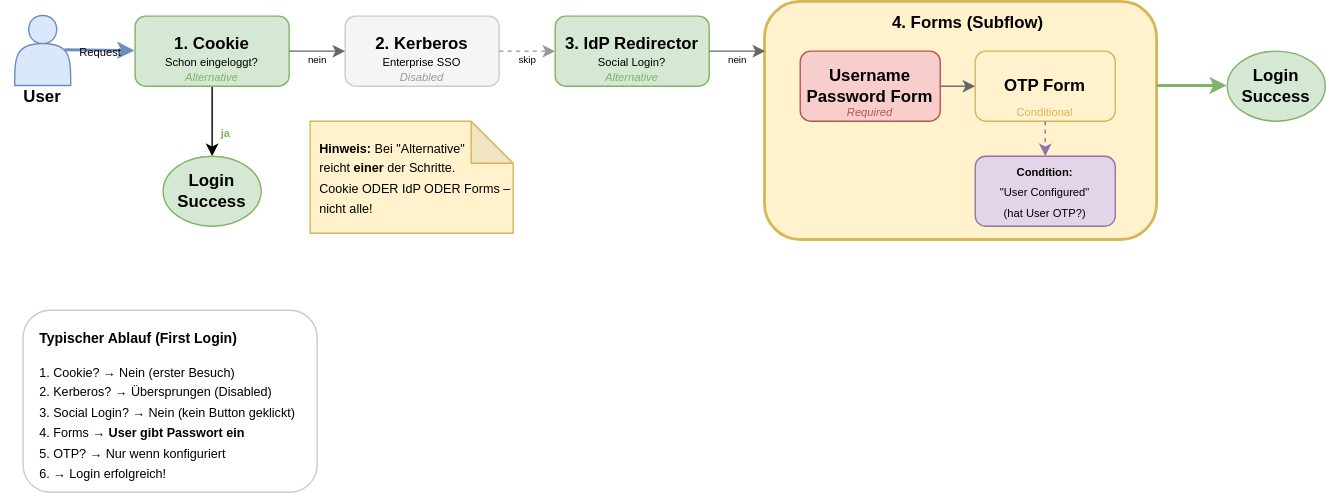
This is slides/05-authentifizierung-mfa/images/browser_flow.drawio.svg from it-erben/training-keycloak, a draw.io export, as it was before one commit. Source tidied: cells renumbered, new cells last; positions are measured from the earlier drawing's top-left corner, leaving out a move shared by most shapes. Source of this version:
```xml
<mxGraphModel>
  <root>
    <mxCell id="0" />
    <mxCell id="1" parent="0" />
    <mxCell id="2" style="shape=actor;whiteSpace=wrap;html=1;fillColor=#dae8fc;strokeColor=#6c8ebf;" parent="1" vertex="1">
      <mxGeometry x="10" y="9.5" width="40" height="50" as="geometry" />
    </mxCell>
    <mxCell id="3" value="&lt;b&gt;User&lt;/b&gt;" style="text;html=1;strokeColor=none;fillColor=none;align=center;verticalAlign=middle;whiteSpace=wrap;rounded=0;" parent="1" vertex="1">
      <mxGeometry y="57.5" width="60" height="20" as="geometry" />
    </mxCell>
    <mxCell id="4" style="edgeStyle=orthogonalEdgeStyle;rounded=0;jettySize=auto;html=1;entryX=0.5;entryY=0;entryDx=0;entryDy=0;" parent="1" edge="1" source="5" target="30">
      <mxGeometry relative="1" as="geometry" />
    </mxCell>
    <mxCell id="5" value="&lt;div style=&quot;line-height: 100%;&quot;&gt;&lt;b&gt;1. Cookie&lt;/b&gt;&lt;br&gt;&lt;font style=&quot;font-size: 8px; line-height: 100%;&quot;&gt;Schon eingeloggt?&lt;/font&gt;&lt;/div&gt;" style="rounded=1;whiteSpace=wrap;html=1;fillColor=#d5e8d4;strokeColor=#82b366;" parent="1" vertex="1">
      <mxGeometry x="96" y="10" width="110" height="50" as="geometry" />
    </mxCell>
    <mxCell id="6" value="&lt;font style=&quot;font-size: 8px;&quot; color=&quot;#82b366&quot;&gt;&lt;i&gt;Alternative&lt;/i&gt;&lt;/font&gt;" style="text;html=1;strokeColor=none;fillColor=none;align=center;verticalAlign=middle;whiteSpace=wrap;rounded=0;" parent="1" vertex="1">
      <mxGeometry x="111" y="45" width="80" height="15" as="geometry" />
    </mxCell>
    <mxCell id="7" value="&lt;font style=&quot;font-size:8px&quot;&gt;Request&lt;/font&gt;" style="endArrow=classic;html=1;strokeWidth=2;strokeColor=#6c8ebf;exitX=0.9;exitY=0.5;exitDx=0;exitDy=0;exitPerimeter=0;labelBackgroundColor=none;" parent="1" edge="1" source="2">
      <mxGeometry relative="1" as="geometry">
        <mxPoint x="96" y="35" as="targetPoint" />
      </mxGeometry>
    </mxCell>
    <mxCell id="8" value="&lt;div style=&quot;line-height: 100%;&quot;&gt;&lt;b&gt;2. Kerberos&lt;/b&gt;&lt;br&gt;&lt;font style=&quot;font-size: 8px; line-height: 100%;&quot;&gt;Enterprise SSO&lt;/font&gt;&lt;/div&gt;" style="rounded=1;whiteSpace=wrap;html=1;fillColor=#f5f5f5;strokeColor=#CCCCCC;strokeDashArray=3 3;" parent="1" vertex="1">
      <mxGeometry x="246" y="10" width="110" height="50" as="geometry" />
    </mxCell>
    <mxCell id="9" value="&lt;font style=&quot;font-size: 8px;&quot; color=&quot;#999999&quot;&gt;&lt;i&gt;Disabled&lt;/i&gt;&lt;/font&gt;" style="text;html=1;strokeColor=none;fillColor=none;align=center;verticalAlign=middle;whiteSpace=wrap;rounded=0;" parent="1" vertex="1">
      <mxGeometry x="261" y="45" width="80" height="15" as="geometry" />
    </mxCell>
    <mxCell id="10" value="&lt;div style=&quot;line-height: 100%;&quot;&gt;&lt;b&gt;3. IdP Redirector&lt;/b&gt;&lt;br&gt;&lt;font style=&quot;font-size: 8px; line-height: 100%;&quot;&gt;Social Login?&lt;/font&gt;&lt;/div&gt;" style="rounded=1;whiteSpace=wrap;html=1;fillColor=#d5e8d4;strokeColor=#82b366;" parent="1" vertex="1">
      <mxGeometry x="396" y="10" width="110" height="50" as="geometry" />
    </mxCell>
    <mxCell id="11" value="&lt;font style=&quot;font-size: 8px;&quot; color=&quot;#82b366&quot;&gt;&lt;i&gt;Alternative&lt;/i&gt;&lt;/font&gt;" style="text;html=1;strokeColor=none;fillColor=none;align=center;verticalAlign=middle;whiteSpace=wrap;rounded=0;" parent="1" vertex="1">
      <mxGeometry x="411" y="45" width="80" height="15" as="geometry" />
    </mxCell>
    <mxCell id="12" style="rounded=1;whiteSpace=wrap;html=1;fillColor=#fff2cc;strokeColor=#d6b656;strokeWidth=2;" parent="1" vertex="1">
      <mxGeometry x="546" width="280" height="170" as="geometry" />
    </mxCell>
    <mxCell id="13" value="&lt;b&gt;4. Forms (Subflow)&lt;/b&gt;" style="text;html=1;strokeColor=none;fillColor=none;align=center;verticalAlign=middle;whiteSpace=wrap;rounded=0;" parent="1" vertex="1">
      <mxGeometry x="606" y="5" width="170" height="20" as="geometry" />
    </mxCell>
    <mxCell id="14" value="&lt;b style=&quot;line-height: 100%;&quot;&gt;Username&lt;br&gt;Password Form&lt;/b&gt;" style="rounded=1;whiteSpace=wrap;html=1;fillColor=#f8cecc;strokeColor=#b85450;" parent="1" vertex="1">
      <mxGeometry x="571" y="35" width="100" height="50" as="geometry" />
    </mxCell>
    <mxCell id="15" value="&lt;font style=&quot;font-size: 8px;&quot; color=&quot;#b85450&quot;&gt;&lt;i&gt;Required&lt;/i&gt;&lt;/font&gt;" style="text;html=1;strokeColor=none;fillColor=none;align=center;verticalAlign=middle;whiteSpace=wrap;rounded=0;" parent="1" vertex="1">
      <mxGeometry x="581" y="70" width="80" height="15" as="geometry" />
    </mxCell>
    <mxCell id="16" value="&lt;b&gt;OTP Form&lt;/b&gt;" style="rounded=1;whiteSpace=wrap;html=1;fillColor=#fff2cc;strokeColor=#d6b656;" parent="1" vertex="1">
      <mxGeometry x="696" y="35" width="100" height="50" as="geometry" />
    </mxCell>
    <mxCell id="17" value="&lt;font style=&quot;font-size:8px&quot; color=&quot;#d6b656&quot;&gt;Conditional&lt;/font&gt;" style="text;html=1;strokeColor=none;fillColor=none;align=center;verticalAlign=middle;whiteSpace=wrap;rounded=0;" parent="1" vertex="1">
      <mxGeometry x="706" y="70" width="80" height="15" as="geometry" />
    </mxCell>
    <mxCell id="18" value="&lt;font style=&quot;font-size:8px&quot;&gt;&lt;b&gt;Condition:&lt;/b&gt;&lt;br&gt;&quot;User Configured&quot;&lt;br&gt;(hat User OTP?)&lt;/font&gt;" style="rounded=1;whiteSpace=wrap;html=1;fillColor=#e1d5e7;strokeColor=#9673a6;" parent="1" vertex="1">
      <mxGeometry x="696" y="110" width="100" height="50" as="geometry" />
    </mxCell>
    <mxCell id="19" style="endArrow=classic;html=1;strokeWidth=1;strokeColor=#666666;" parent="1" edge="1">
      <mxGeometry relative="1" as="geometry">
        <mxPoint x="671" y="60" as="sourcePoint" />
        <mxPoint x="696" y="60" as="targetPoint" />
      </mxGeometry>
    </mxCell>
    <mxCell id="20" style="endArrow=classic;html=1;strokeWidth=1;strokeColor=#9673a6;dashed=1;" parent="1" edge="1">
      <mxGeometry relative="1" as="geometry">
        <mxPoint x="746" y="85" as="sourcePoint" />
        <mxPoint x="746" y="110" as="targetPoint" />
      </mxGeometry>
    </mxCell>
    <mxCell id="21" value="&lt;font style=&quot;font-size:7px&quot;&gt;nein&lt;/font&gt;" style="endArrow=classic;html=1;strokeWidth=1;strokeColor=#666666;labelBackgroundColor=none;" parent="1" edge="1">
      <mxGeometry y="-5" relative="1" as="geometry">
        <mxPoint x="206" y="35" as="sourcePoint" />
        <mxPoint x="246" y="35" as="targetPoint" />
      </mxGeometry>
    </mxCell>
    <mxCell id="22" value="&lt;font style=&quot;font-size:7px&quot;&gt;skip&lt;/font&gt;" style="endArrow=classic;html=1;strokeWidth=1;strokeColor=#999999;dashed=1;labelBackgroundColor=none;" parent="1" edge="1">
      <mxGeometry y="-5" relative="1" as="geometry">
        <mxPoint x="356" y="35" as="sourcePoint" />
        <mxPoint x="396" y="35" as="targetPoint" />
      </mxGeometry>
    </mxCell>
    <mxCell id="23" value="&lt;font style=&quot;font-size:7px&quot;&gt;nein&lt;/font&gt;" style="endArrow=classic;html=1;strokeWidth=1;strokeColor=#666666;labelBackgroundColor=none;" parent="1" edge="1">
      <mxGeometry y="-5" relative="1" as="geometry">
        <mxPoint x="506" y="35" as="sourcePoint" />
        <mxPoint x="546" y="35" as="targetPoint" />
      </mxGeometry>
    </mxCell>
    <mxCell id="24" value="&lt;b&gt;Login&lt;br&gt;Success&lt;/b&gt;" style="ellipse;whiteSpace=wrap;html=1;fillColor=#d5e8d4;strokeColor=#82b366;" parent="1" vertex="1">
      <mxGeometry x="876" y="35" width="70" height="50" as="geometry" />
    </mxCell>
    <mxCell id="25" style="endArrow=classic;html=1;strokeWidth=2;strokeColor=#82b366;" parent="1" edge="1">
      <mxGeometry relative="1" as="geometry">
        <mxPoint x="826" y="60" as="sourcePoint" />
        <mxPoint x="876" y="60" as="targetPoint" />
      </mxGeometry>
    </mxCell>
    <mxCell id="26" value="&lt;font color=&quot;#82b366&quot;&gt;&lt;span style=&quot;font-size: 8px;&quot;&gt;&lt;b&gt;ja&lt;/b&gt;&lt;/span&gt;&lt;/font&gt;" style="text;html=1;strokeColor=none;fillColor=none;align=center;verticalAlign=middle;whiteSpace=wrap;rounded=0;" parent="1" vertex="1">
      <mxGeometry x="116" y="77.5" width="90" height="30" as="geometry" />
    </mxCell>
    <mxCell id="27" style="rounded=1;whiteSpace=wrap;html=1;fillColor=#ffffff;strokeColor=#CCCCCC;strokeWidth=1;" parent="1" vertex="1">
      <mxGeometry x="16" y="220" width="210" height="130" as="geometry" />
    </mxCell>
    <mxCell id="28" value="&lt;b style=&quot;font-size:10px&quot;&gt;Typischer Ablauf (First Login)&lt;/b&gt;" style="text;html=1;strokeColor=none;fillColor=none;align=left;verticalAlign=middle;whiteSpace=wrap;rounded=0;" parent="1" vertex="1">
      <mxGeometry x="26" y="230" width="180" height="20" as="geometry" />
    </mxCell>
    <mxCell id="29" value="&lt;font style=&quot;font-size:9px&quot;&gt;1. Cookie? → Nein (erster Besuch)&lt;br&gt;2. Kerberos? → Übersprungen (Disabled)&lt;br&gt;3. Social Login? → Nein (kein Button geklickt)&lt;br&gt;4. Forms → &lt;b&gt;User gibt Passwort ein&lt;/b&gt;&lt;br&gt;5. OTP? → Nur wenn konfiguriert&lt;br&gt;6. → Login erfolgreich!&lt;/font&gt;" style="text;html=1;strokeColor=none;fillColor=none;align=left;verticalAlign=top;whiteSpace=wrap;rounded=0;" parent="1" vertex="1">
      <mxGeometry x="26" y="250" width="280" height="75" as="geometry" />
    </mxCell>
    <mxCell id="30" value="&lt;b&gt;Login&lt;br&gt;Success&lt;/b&gt;" style="ellipse;whiteSpace=wrap;html=1;fillColor=#d5e8d4;strokeColor=#82b366;" parent="1" vertex="1">
      <mxGeometry x="116" y="110" width="70" height="50" as="geometry" />
    </mxCell>
    <mxCell id="31" value="&lt;b style=&quot;font-size: 9px;&quot;&gt;Hinweis:&lt;/b&gt;&lt;span style=&quot;font-size: 9px;&quot;&gt;&amp;nbsp;Bei &quot;Alternative&quot; reicht&amp;nbsp;&lt;/span&gt;&lt;b style=&quot;font-size: 9px;&quot;&gt;einer&lt;/b&gt;&lt;span style=&quot;font-size: 9px;&quot;&gt;&amp;nbsp;der Schritte.&lt;/span&gt;&lt;br style=&quot;font-size: 9px;&quot;&gt;&lt;span style=&quot;font-size: 9px;&quot;&gt;Cookie ODER IdP ODER Forms – nicht alle!&lt;/span&gt;" style="shape=note;whiteSpace=wrap;html=1;backgroundOutline=1;darkOpacity=0.05;fillColor=#fff2cc;strokeColor=#d6b656;align=left;spacingLeft=5;" parent="1" vertex="1">
      <mxGeometry x="221" y="85" width="145" height="80" as="geometry" />
    </mxCell>
  </root>
</mxGraphModel>
```
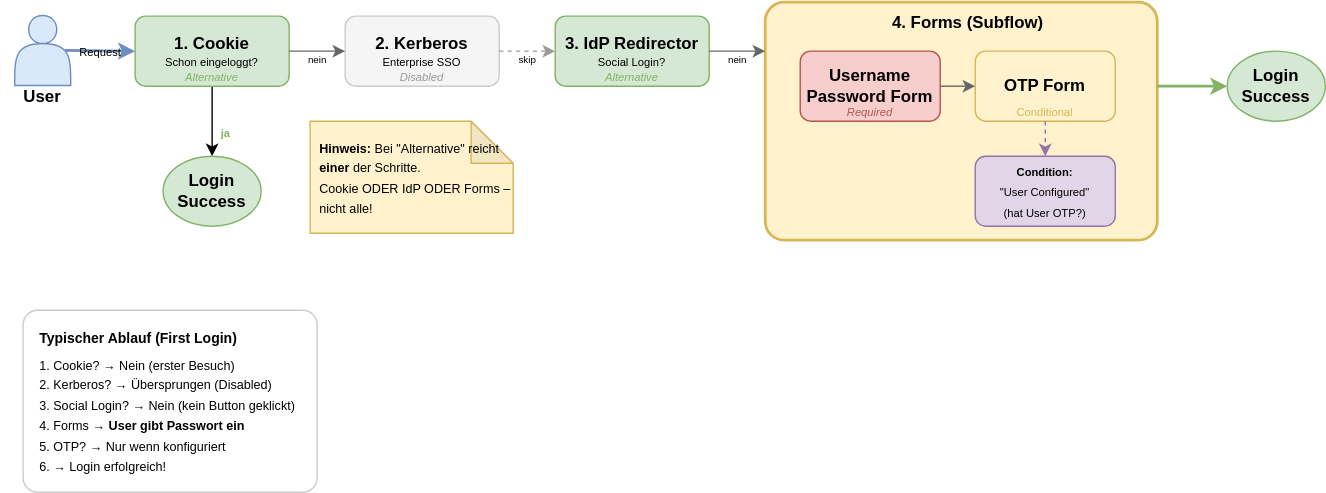
Above is the later version.

The edit, as a diff of the source:
```diff
@@ -34,7 +34,7 @@
     <mxCell id="11" value="&lt;font style=&quot;font-size: 8px;&quot; color=&quot;#82b366&quot;&gt;&lt;i&gt;Alternative&lt;/i&gt;&lt;/font&gt;" style="text;html=1;strokeColor=none;fillColor=none;align=center;verticalAlign=middle;whiteSpace=wrap;rounded=0;" parent="1" vertex="1">
       <mxGeometry x="411" y="45" width="80" height="15" as="geometry" />
     </mxCell>
-    <mxCell id="12" style="rounded=1;whiteSpace=wrap;html=1;fillColor=#fff2cc;strokeColor=#d6b656;strokeWidth=2;" parent="1" vertex="1">
+    <mxCell id="12" style="rounded=1;whiteSpace=wrap;html=1;fillColor=#fff2cc;strokeColor=#d6b656;strokeWidth=2;arcSize=8;" parent="1" vertex="1">
       <mxGeometry x="546" width="280" height="170" as="geometry" />
     </mxCell>
     <mxCell id="13" value="&lt;b&gt;4. Forms (Subflow)&lt;/b&gt;" style="text;html=1;strokeColor=none;fillColor=none;align=center;verticalAlign=middle;whiteSpace=wrap;rounded=0;" parent="1" vertex="1">
@@ -97,14 +97,14 @@
     <mxCell id="26" value="&lt;font color=&quot;#82b366&quot;&gt;&lt;span style=&quot;font-size: 8px;&quot;&gt;&lt;b&gt;ja&lt;/b&gt;&lt;/span&gt;&lt;/font&gt;" style="text;html=1;strokeColor=none;fillColor=none;align=center;verticalAlign=middle;whiteSpace=wrap;rounded=0;" parent="1" vertex="1">
       <mxGeometry x="116" y="77.5" width="90" height="30" as="geometry" />
     </mxCell>
-    <mxCell id="27" style="rounded=1;whiteSpace=wrap;html=1;fillColor=#ffffff;strokeColor=#CCCCCC;strokeWidth=1;" parent="1" vertex="1">
+    <mxCell id="27" style="rounded=1;whiteSpace=wrap;html=1;fillColor=#ffffff;strokeColor=#CCCCCC;strokeWidth=1;arcSize=8;" parent="1" vertex="1">
       <mxGeometry x="16" y="220" width="210" height="130" as="geometry" />
     </mxCell>
     <mxCell id="28" value="&lt;b style=&quot;font-size:10px&quot;&gt;Typischer Ablauf (First Login)&lt;/b&gt;" style="text;html=1;strokeColor=none;fillColor=none;align=left;verticalAlign=middle;whiteSpace=wrap;rounded=0;" parent="1" vertex="1">
       <mxGeometry x="26" y="230" width="180" height="20" as="geometry" />
     </mxCell>
     <mxCell id="29" value="&lt;font style=&quot;font-size:9px&quot;&gt;1. Cookie? → Nein (erster Besuch)&lt;br&gt;2. Kerberos? → Übersprungen (Disabled)&lt;br&gt;3. Social Login? → Nein (kein Button geklickt)&lt;br&gt;4. Forms → &lt;b&gt;User gibt Passwort ein&lt;/b&gt;&lt;br&gt;5. OTP? → Nur wenn konfiguriert&lt;br&gt;6. → Login erfolgreich!&lt;/font&gt;" style="text;html=1;strokeColor=none;fillColor=none;align=left;verticalAlign=top;whiteSpace=wrap;rounded=0;" parent="1" vertex="1">
-      <mxGeometry x="26" y="250" width="280" height="75" as="geometry" />
+      <mxGeometry x="26" y="245" width="280" height="75" as="geometry" />
     </mxCell>
     <mxCell id="30" value="&lt;b&gt;Login&lt;br&gt;Success&lt;/b&gt;" style="ellipse;whiteSpace=wrap;html=1;fillColor=#d5e8d4;strokeColor=#82b366;" parent="1" vertex="1">
       <mxGeometry x="116" y="110" width="70" height="50" as="geometry" />
```
